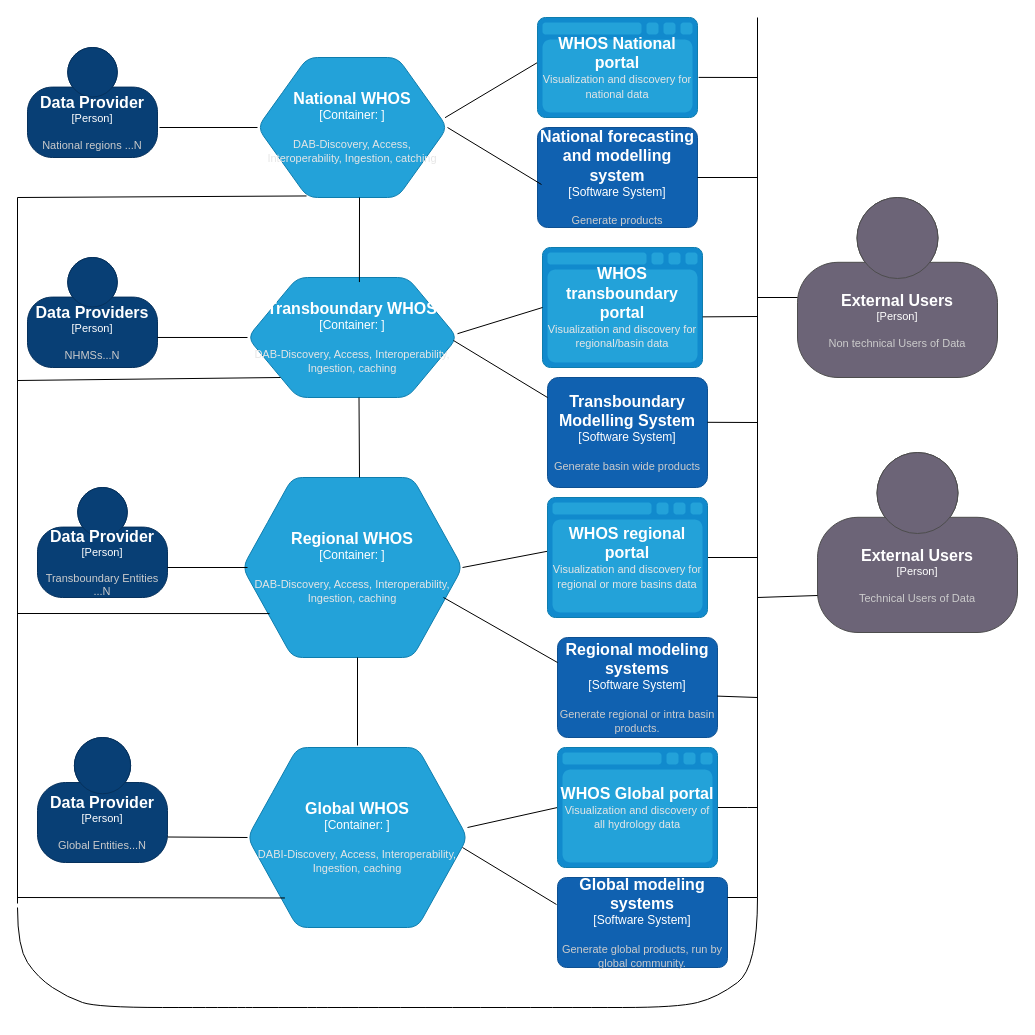
Before: page "WHOS Concept New Architecture3" (6 of 13) of whos-architecture/WHOS New.drawio in wmo-im/tt-w4h, a draw.io diagram. Source tidied: cells renumbered, new cells numbered last; positions are measured from the earlier drawing's top-left corner, leaving out a move shared by most shapes. Both pictures are drawn from the tidied source at 100%, with x=0, y=0 at pixel (17, 17).
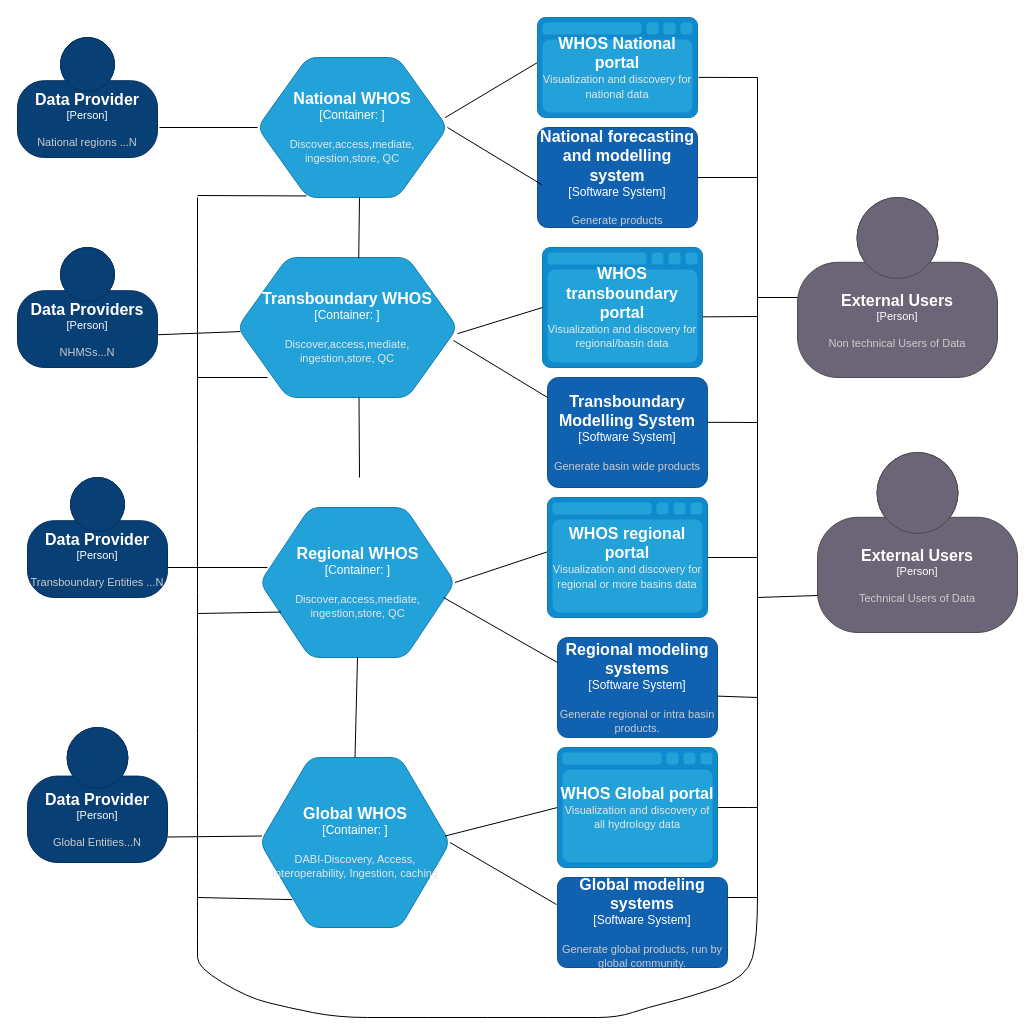
Above is the later version.

Diff of the diagram source:
```diff
@@
     <object id="2" label="&lt;font style=&quot;font-size: 16px&quot;&gt;&lt;b&gt;%c4Name%&lt;/b&gt;&lt;/font&gt;&lt;div&gt;[%c4Type%]&lt;/div&gt;&lt;br&gt;&lt;div&gt;&lt;font style=&quot;font-size: 11px&quot;&gt;&lt;font color=&quot;#cccccc&quot;&gt;%c4Description%&lt;/font&gt;&lt;/div&gt;" c4Description="National regions ...N" c4Name="Data Provider" c4Type="Person" placeholders="1">
       <mxCell style="html=1;fontSize=11;dashed=0;whiteSpace=wrap;fillColor=#083F75;strokeColor=#06315C;fontColor=#ffffff;shape=mxgraph.c4.person2;align=center;" parent="1" vertex="1">
-        <mxGeometry x="10" y="30" width="130" height="110" as="geometry" />
+        <mxGeometry y="20" width="140" height="120" as="geometry" />
       </mxCell>
     </object>
     <object id="3" label="&lt;font style=&quot;font-size: 16px&quot;&gt;&lt;b&gt;%c4Name%&lt;/b&gt;&lt;/font&gt;&lt;div&gt;[%c4Type%]&lt;/div&gt;&lt;br&gt;&lt;div&gt;&lt;font style=&quot;font-size: 11px&quot;&gt;&lt;font color=&quot;#cccccc&quot;&gt;%c4Description%&lt;/font&gt;&lt;/div&gt;" c4Description="NHMSs...N" c4Name="Data Providers" c4Type="Person" placeholders="1">
       <mxCell style="html=1;fontSize=11;dashed=0;whiteSpace=wrap;fillColor=#083F75;strokeColor=#06315C;fontColor=#ffffff;shape=mxgraph.c4.person2;align=center;points=[[0.5,0,0],[1,0.5,0],[1,0.75,0],[0.75,1,0],[0.5,1,0],[0.25,1,0],[0,0.75,0],[0,0.5,0]];" parent="1" vertex="1">
-        <mxGeometry x="10" y="240" width="130" height="110" as="geometry" />
+        <mxGeometry y="230" width="140" height="120" as="geometry" />
       </mxCell>
     </object>
     <object id="4" label="&lt;font style=&quot;font-size: 16px&quot;&gt;&lt;b&gt;%c4Name%&lt;/b&gt;&lt;/font&gt;&lt;div&gt;[%c4Type%]&lt;/div&gt;&lt;br&gt;&lt;div&gt;&lt;font style=&quot;font-size: 11px&quot;&gt;&lt;font color=&quot;#cccccc&quot;&gt;%c4Description%&lt;/font&gt;&lt;/div&gt;" c4Description="Transboundary Entities ...N" c4Name="Data Provider" c4Type="Person" placeholders="1">
       <mxCell style="html=1;fontSize=11;dashed=0;whiteSpace=wrap;fillColor=#083F75;strokeColor=#06315C;fontColor=#ffffff;shape=mxgraph.c4.person2;align=center;" parent="1" vertex="1">
-        <mxGeometry x="20" y="470" width="130" height="110" as="geometry" />
+        <mxGeometry x="10" y="460" width="140" height="120" as="geometry" />
       </mxCell>
     </object>
     <object id="5" label="&lt;font style=&quot;font-size: 16px&quot;&gt;&lt;b&gt;%c4Name%&lt;/b&gt;&lt;/font&gt;&lt;div&gt;[%c4Type%]&lt;/div&gt;&lt;br&gt;&lt;div&gt;&lt;font style=&quot;font-size: 11px&quot;&gt;&lt;font color=&quot;#cccccc&quot;&gt;%c4Description%&lt;/font&gt;&lt;/div&gt;" c4Description="Global Entities...N" c4Name="Data Provider" c4Type="Person" placeholders="1">
       <mxCell style="html=1;fontSize=11;dashed=0;whiteSpace=wrap;fillColor=#083F75;strokeColor=#06315C;fontColor=#ffffff;shape=mxgraph.c4.person2;align=center;" parent="1" vertex="1">
-        <mxGeometry x="20" y="720" width="130" height="125" as="geometry" />
+        <mxGeometry x="10" y="710" width="140" height="135" as="geometry" />
       </mxCell>
     </object>
-    <object id="6" label="&lt;font style=&quot;font-size: 16px&quot;&gt;&lt;b&gt;%c4Name%&lt;/b&gt;&lt;/font&gt;&lt;div&gt;[%c4Type%:&amp;nbsp;%c4Technology%]&lt;/div&gt;&lt;br&gt;&lt;div&gt;&lt;font style=&quot;font-size: 11px&quot;&gt;&lt;font color=&quot;#E6E6E6&quot;&gt;%c4Description%&lt;/font&gt;&lt;/div&gt;" c4Description="DAB-Discovery, Access, Interoperability, Ingestion, catching" c4Name="National WHOS" c4Technology="" c4Type="Container" placeholders="1">
+    <object id="6" label="&lt;font style=&quot;font-size: 16px&quot;&gt;&lt;b&gt;%c4Name%&lt;/b&gt;&lt;/font&gt;&lt;div&gt;[%c4Type%:&amp;nbsp;%c4Technology%]&lt;/div&gt;&lt;br&gt;&lt;div&gt;&lt;font style=&quot;font-size: 11px&quot;&gt;&lt;font color=&quot;#E6E6E6&quot;&gt;%c4Description%&lt;/font&gt;&lt;/div&gt;" c4Description="Discover,access,mediate,&#10;ingestion,store, QC" c4Name="National WHOS" c4Technology="" c4Type="Container" placeholders="1">
       <mxCell style="shape=hexagon;size=50;perimeter=hexagonPerimeter2;whiteSpace=wrap;html=1;fixedSize=1;rounded=1;labelBackgroundColor=none;fillColor=#23A2D9;fontSize=12;fontColor=#ffffff;align=center;strokeColor=#0E7DAD;points=[[0.5,0,0],[1,0.25,0],[1,0.5,0],[1,0.75,0],[0.5,1,0],[0,0.75,0],[0,0.5,0],[0,0.25,0]];" parent="1" vertex="1">
         <mxGeometry x="240" y="40" width="190" height="140" as="geometry" />
       </mxCell>
     </object>
-    <object id="7" label="&lt;font style=&quot;font-size: 16px&quot;&gt;&lt;b&gt;%c4Name%&lt;/b&gt;&lt;/font&gt;&lt;div&gt;[%c4Type%:&amp;nbsp;%c4Technology%]&lt;/div&gt;&lt;br&gt;&lt;div&gt;&lt;font style=&quot;font-size: 11px&quot;&gt;&lt;font color=&quot;#E6E6E6&quot;&gt;%c4Description%&lt;/font&gt;&lt;/div&gt;" c4Description="DAB-Discovery, Access, Interoperability, Ingestion, caching" c4Name="Transboundary WHOS" c4Technology="" c4Type="Container" placeholders="1">
+    <object id="7" label="&lt;font style=&quot;font-size: 16px&quot;&gt;&lt;b&gt;%c4Name%&lt;/b&gt;&lt;/font&gt;&lt;div&gt;[%c4Type%:&amp;nbsp;%c4Technology%]&lt;/div&gt;&lt;br&gt;&lt;div&gt;&lt;font style=&quot;font-size: 11px&quot;&gt;&lt;font color=&quot;#E6E6E6&quot;&gt;%c4Description%&lt;/font&gt;&lt;/div&gt;" c4Description="Discover,access,mediate,&#10;ingestion,store, QC" c4Name="Transboundary WHOS" c4Technology="" c4Type="Container" placeholders="1">
       <mxCell style="shape=hexagon;size=50;perimeter=hexagonPerimeter2;whiteSpace=wrap;html=1;fixedSize=1;rounded=1;labelBackgroundColor=none;fillColor=#23A2D9;fontSize=12;fontColor=#ffffff;align=center;strokeColor=#0E7DAD;points=[[0.5,0,0],[1,0.25,0],[1,0.5,0],[1,0.75,0],[0.5,1,0],[0,0.75,0],[0,0.5,0],[0,0.25,0]];" parent="1" vertex="1">
-        <mxGeometry x="230" y="260" width="210" height="120" as="geometry" />
+        <mxGeometry x="220" y="240" width="220" height="140" as="geometry" />
       </mxCell>
     </object>
-    <object id="8" label="&lt;font style=&quot;font-size: 16px&quot;&gt;&lt;b&gt;%c4Name%&lt;/b&gt;&lt;/font&gt;&lt;div&gt;[%c4Type%:&amp;nbsp;%c4Technology%]&lt;/div&gt;&lt;br&gt;&lt;div&gt;&lt;font style=&quot;font-size: 11px&quot;&gt;&lt;font color=&quot;#E6E6E6&quot;&gt;%c4Description%&lt;/font&gt;&lt;/div&gt;" c4Description="DAB-Discovery, Access, Interoperability, Ingestion, caching" c4Name="Regional WHOS" c4Technology="" c4Type="Container" placeholders="1">
+    <object id="8" label="&lt;font style=&quot;font-size: 16px&quot;&gt;&lt;b&gt;%c4Name%&lt;/b&gt;&lt;/font&gt;&lt;div&gt;[%c4Type%:&amp;nbsp;%c4Technology%]&lt;/div&gt;&lt;br&gt;&lt;div&gt;&lt;font style=&quot;font-size: 11px&quot;&gt;&lt;font color=&quot;#E6E6E6&quot;&gt;%c4Description%&lt;/font&gt;&lt;/div&gt;" c4Description="Discover,access,mediate,&#10;ingestion,store, QC" c4Name="Regional WHOS" c4Technology="" c4Type="Container" placeholders="1">
       <mxCell style="shape=hexagon;size=50;perimeter=hexagonPerimeter2;whiteSpace=wrap;html=1;fixedSize=1;rounded=1;labelBackgroundColor=none;fillColor=#23A2D9;fontSize=12;fontColor=#ffffff;align=center;strokeColor=#0E7DAD;points=[[0.5,0,0],[1,0.25,0],[1,0.5,0],[1,0.75,0],[0.5,1,0],[0,0.75,0],[0,0.5,0],[0,0.25,0]];" parent="1" vertex="1">
-        <mxGeometry x="225" y="460" width="220" height="180" as="geometry" />
+        <mxGeometry x="242.5" y="490" width="195" height="150" as="geometry" />
       </mxCell>
     </object>
@@
     <mxCell id="14" style="endArrow=none;html=1;rounded=0;" parent="1" edge="1">
       <mxGeometry relative="1" as="geometry">
         <mxPoint x="740" y="880" as="sourcePoint" />
-        <mxPoint x="740" as="targetPoint" />
+        <mxPoint x="740" y="60" as="targetPoint" />
       </mxGeometry>
     </mxCell>
@@
     <object id="21" label="&lt;font style=&quot;font-size: 16px&quot;&gt;&lt;b&gt;%c4Name%&lt;/b&gt;&lt;/font&gt;&lt;div&gt;[%c4Type%:&amp;nbsp;%c4Technology%]&lt;/div&gt;&lt;br&gt;&lt;div&gt;&lt;font style=&quot;font-size: 11px&quot;&gt;&lt;font color=&quot;#E6E6E6&quot;&gt;%c4Description%&lt;/font&gt;&lt;/div&gt;" c4Description="DABI-Discovery, Access, Interoperability, Ingestion, caching" c4Name="Global WHOS" c4Technology="" c4Type="Container" placeholders="1">
       <mxCell style="shape=hexagon;size=50;perimeter=hexagonPerimeter2;whiteSpace=wrap;html=1;fixedSize=1;rounded=1;labelBackgroundColor=none;fillColor=#23A2D9;fontSize=12;fontColor=#ffffff;align=center;strokeColor=#0E7DAD;points=[[0.5,0,0],[1,0.25,0],[1,0.5,0],[1,0.75,0],[0.5,1,0],[0,0.75,0],[0,0.5,0],[0,0.25,0]];" parent="1" vertex="1">
-        <mxGeometry x="230" y="730" width="220" height="180" as="geometry" />
+        <mxGeometry x="242.5" y="740" width="190" height="170" as="geometry" />
       </mxCell>
     </object>
@@
-    <mxCell id="25" style="endArrow=none;html=1;rounded=0;entryX=0;entryY=0.5;entryDx=0;entryDy=0;entryPerimeter=0;endFill=0;" parent="1" edge="1">
+    <mxCell id="25" style="endArrow=none;html=1;rounded=0;entryX=0;entryY=0.5;entryDx=0;entryDy=0;entryPerimeter=0;endFill=0;exitX=0.974;exitY=0.462;exitDx=0;exitDy=0;exitPerimeter=0;" parent="1" edge="1" source="21">
       <mxGeometry relative="1" as="geometry">
-        <mxPoint x="450" y="810" as="sourcePoint" />
         <mxPoint x="540" y="790" as="targetPoint" />
       </mxGeometry>
     </mxCell>
@@
-    <mxCell id="35" style="endArrow=none;html=1;rounded=0;" parent="1" edge="1">
-      <mxGeometry relative="1" as="geometry">
-        <mxPoint y="886" as="sourcePoint" />
-        <mxPoint y="180" as="targetPoint" />
-      </mxGeometry>
-    </mxCell>
     <mxCell id="36" style="curved=1;endArrow=none;html=1;rounded=0;endFill=0;" parent="1" edge="1">
       <mxGeometry relative="1" as="geometry">
         <mxPoint x="740" y="880" as="sourcePoint" />
-        <mxPoint y="890" as="targetPoint" />
+        <mxPoint x="180" y="180" as="targetPoint" />
         <Array as="points">
-          <mxPoint x="740" y="950" />
-          <mxPoint x="700" y="980" />
-          <mxPoint x="660" y="990" />
-          <mxPoint x="550" y="990" />
-          <mxPoint x="320" y="990" />
-          <mxPoint x="260" y="990" />
-          <mxPoint x="210" y="990" />
-          <mxPoint x="80" y="990" />
-          <mxPoint x="50" y="980" />
-          <mxPoint x="20" y="960" />
-          <mxPoint y="930" />
+          <mxPoint x="740" y="920" />
+          <mxPoint x="730" y="960" />
+          <mxPoint x="670" y="980" />
+          <mxPoint x="630" y="990" />
+          <mxPoint x="600" y="1000" />
+          <mxPoint x="560" y="1000" />
+          <mxPoint x="500" y="1000" />
+          <mxPoint x="440" y="1000" />
+          <mxPoint x="380" y="1000" />
+          <mxPoint x="320" y="1000" />
+          <mxPoint x="270" y="990" />
+          <mxPoint x="230" y="980" />
+          <mxPoint x="180" y="950" />
+          <mxPoint x="180" y="930" />
+          <mxPoint x="180" y="910" />
+          <mxPoint x="180" y="870" />
+          <mxPoint x="180" y="740" />
         </Array>
       </mxGeometry>
     </mxCell>
@@
-    <mxCell id="40" style="endArrow=none;startArrow=none;html=1;rounded=0;entryX=0.025;entryY=0.57;entryDx=0;entryDy=0;entryPerimeter=0;exitX=1;exitY=0.5;exitDx=0;exitDy=0;exitPerimeter=0;startFill=0;endFill=0;" parent="1" edge="1">
+    <mxCell id="40" style="endArrow=none;startArrow=none;html=1;rounded=0;entryX=0.025;entryY=0.57;entryDx=0;entryDy=0;entryPerimeter=0;exitX=1;exitY=0.5;exitDx=0;exitDy=0;exitPerimeter=0;startFill=0;endFill=0;" parent="1" edge="1" source="21">
       <mxGeometry relative="1" as="geometry">
-        <mxPoint x="445" y="830" as="sourcePoint" />
         <mxPoint x="539" y="887" as="targetPoint" />
       </mxGeometry>
     </mxCell>
-    <mxCell id="41" style="endArrow=none;startArrow=none;html=1;rounded=0;entryX=0.533;entryY=0.038;entryDx=0;entryDy=0;entryPerimeter=0;endFill=0;startFill=0;" parent="1" edge="1" target="7">
+    <mxCell id="41" style="endArrow=none;startArrow=none;html=1;rounded=0;endFill=0;startFill=0;entryX=0.551;entryY=0.007;entryDx=0;entryDy=0;entryPerimeter=0;" parent="1" edge="1" target="7">
       <mxGeometry relative="1" as="geometry">
         <mxPoint x="342" y="180" as="sourcePoint" />
       </mxGeometry>
     </mxCell>
@@
-    <mxCell id="43" style="endArrow=none;startArrow=none;html=1;rounded=0;entryX=0.533;entryY=0.038;entryDx=0;entryDy=0;entryPerimeter=0;startFill=0;endFill=0;" parent="1" edge="1">
+    <mxCell id="43" style="endArrow=none;startArrow=none;html=1;rounded=0;entryX=0.5;entryY=0;entryDx=0;entryDy=0;entryPerimeter=0;startFill=0;endFill=0;" parent="1" edge="1" target="21">
       <mxGeometry relative="1" as="geometry">
         <mxPoint x="340" y="640" as="sourcePoint" />
-        <mxPoint x="340" y="728" as="targetPoint" />
       </mxGeometry>
     </mxCell>
@@
-    <mxCell id="45" style="endArrow=none;startArrow=none;html=1;rounded=0;exitX=0;exitY=0.5;exitDx=0;exitDy=0;exitPerimeter=0;entryX=1;entryY=0.727;entryDx=0;entryDy=0;entryPerimeter=0;endFill=0;startFill=0;" parent="1" edge="1" source="7" target="3">
+    <mxCell id="45" style="endArrow=none;startArrow=none;html=1;rounded=0;entryX=1;entryY=0.727;entryDx=0;entryDy=0;entryPerimeter=0;endFill=0;startFill=0;" parent="1" edge="1" source="7" target="3">
       <mxGeometry relative="1" as="geometry" />
     </mxCell>
-    <mxCell id="46" style="endArrow=none;startArrow=none;html=1;rounded=0;endFill=0;startFill=0;" parent="1" edge="1">
+    <mxCell id="46" style="endArrow=none;startArrow=none;html=1;rounded=0;endFill=0;startFill=0;exitX=0.038;exitY=0.4;exitDx=0;exitDy=0;exitPerimeter=0;" parent="1" edge="1" source="8">
       <mxGeometry relative="1" as="geometry">
-        <mxPoint x="230" y="550" as="sourcePoint" />
         <mxPoint x="150" y="550" as="targetPoint" />
       </mxGeometry>
     </mxCell>
-    <mxCell id="47" style="endArrow=none;startArrow=none;html=1;rounded=0;entryX=1.019;entryY=0.655;entryDx=0;entryDy=0;entryPerimeter=0;endFill=0;startFill=0;" parent="1" edge="1">
+    <mxCell id="47" style="endArrow=none;startArrow=none;html=1;rounded=0;entryX=1.019;entryY=0.655;entryDx=0;entryDy=0;entryPerimeter=0;endFill=0;startFill=0;exitX=0.01;exitY=0.462;exitDx=0;exitDy=0;exitPerimeter=0;" parent="1" edge="1" source="21">
       <mxGeometry relative="1" as="geometry">
-        <mxPoint x="230" y="820" as="sourcePoint" />
         <mxPoint x="150" y="819.5" as="targetPoint" />
       </mxGeometry>
     </mxCell>
     <mxCell id="48" style="endArrow=none;startArrow=none;html=1;rounded=0;entryX=0.17;entryY=0.836;entryDx=0;entryDy=0;entryPerimeter=0;endFill=0;startFill=0;" parent="1" edge="1" target="21">
       <mxGeometry relative="1" as="geometry">
-        <mxPoint y="880" as="sourcePoint" />
+        <mxPoint x="180" y="880" as="sourcePoint" />
       </mxGeometry>
     </mxCell>
-    <mxCell id="49" style="endArrow=none;startArrow=none;html=1;rounded=0;entryX=0.123;entryY=0.756;entryDx=0;entryDy=0;entryPerimeter=0;endFill=0;startFill=0;" parent="1" edge="1" target="8">
+    <mxCell id="49" style="endArrow=none;startArrow=none;html=1;rounded=0;entryX=0.108;entryY=0.697;entryDx=0;entryDy=0;entryPerimeter=0;endFill=0;startFill=0;" parent="1" edge="1" target="8">
       <mxGeometry relative="1" as="geometry">
-        <mxPoint y="596" as="sourcePoint" />
+        <mxPoint x="180" y="596" as="sourcePoint" />
       </mxGeometry>
     </mxCell>
-    <mxCell id="50" style="endArrow=none;startArrow=none;html=1;rounded=0;entryX=0.15;entryY=0.819;entryDx=0;entryDy=0;entryPerimeter=0;endFill=0;startFill=0;" parent="1" edge="1">
+    <mxCell id="50" style="endArrow=none;startArrow=none;html=1;rounded=0;endFill=0;startFill=0;" parent="1" edge="1">
       <mxGeometry relative="1" as="geometry">
-        <mxPoint y="363" as="sourcePoint" />
-        <mxPoint x="263" y="360" as="targetPoint" />
+        <mxPoint x="180" y="360" as="sourcePoint" />
+        <mxPoint x="250" y="360" as="targetPoint" />
       </mxGeometry>
     </mxCell>
     <mxCell id="51" style="endArrow=none;startArrow=none;html=1;rounded=0;entryX=0.258;entryY=0.989;entryDx=0;entryDy=0;entryPerimeter=0;endFill=0;startFill=0;" parent="1" edge="1" target="6">
       <mxGeometry relative="1" as="geometry">
-        <mxPoint y="180" as="sourcePoint" />
+        <mxPoint x="180" y="178" as="sourcePoint" />
       </mxGeometry>
     </mxCell>
```
